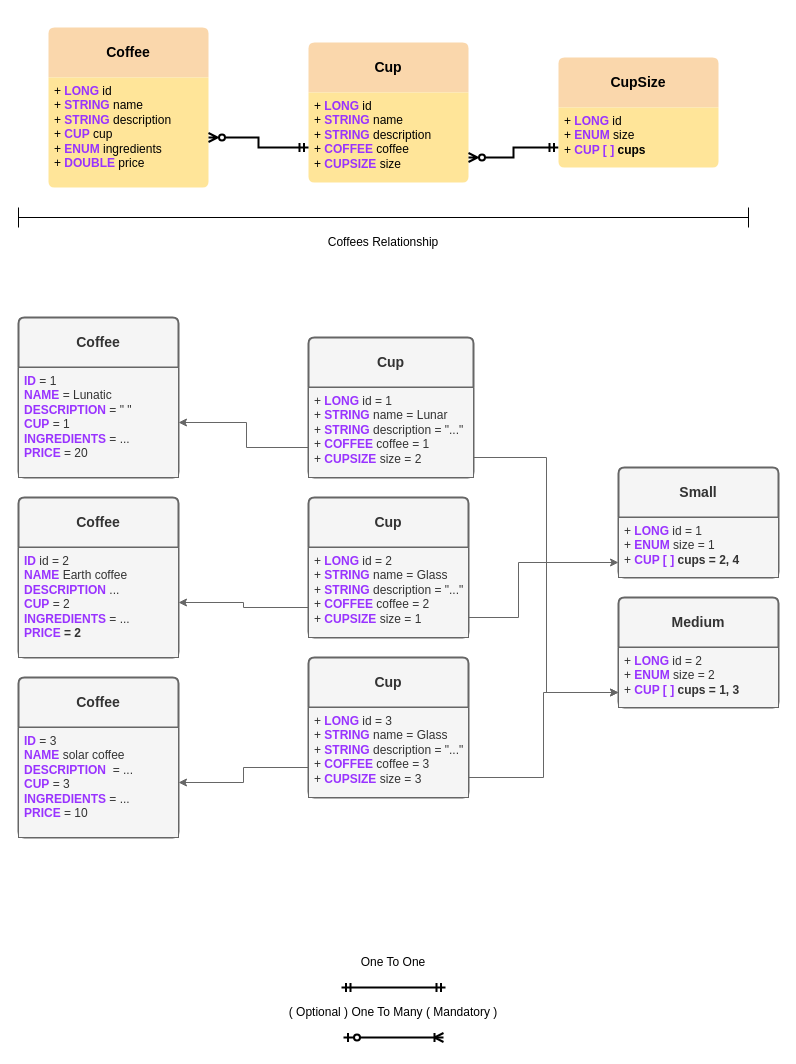
Above: coffee-api-diagram.drawio in SavioHaistem/Coffee-api (draw.io), before the change. Source tidied: cells renumbered, new cells numbered last; positions are measured from the earlier drawing's top-left corner, leaving out a move shared by most shapes. Both pictures are drawn from the tidied source at 100%, with x=0, y=0 at pixel (18, 27).
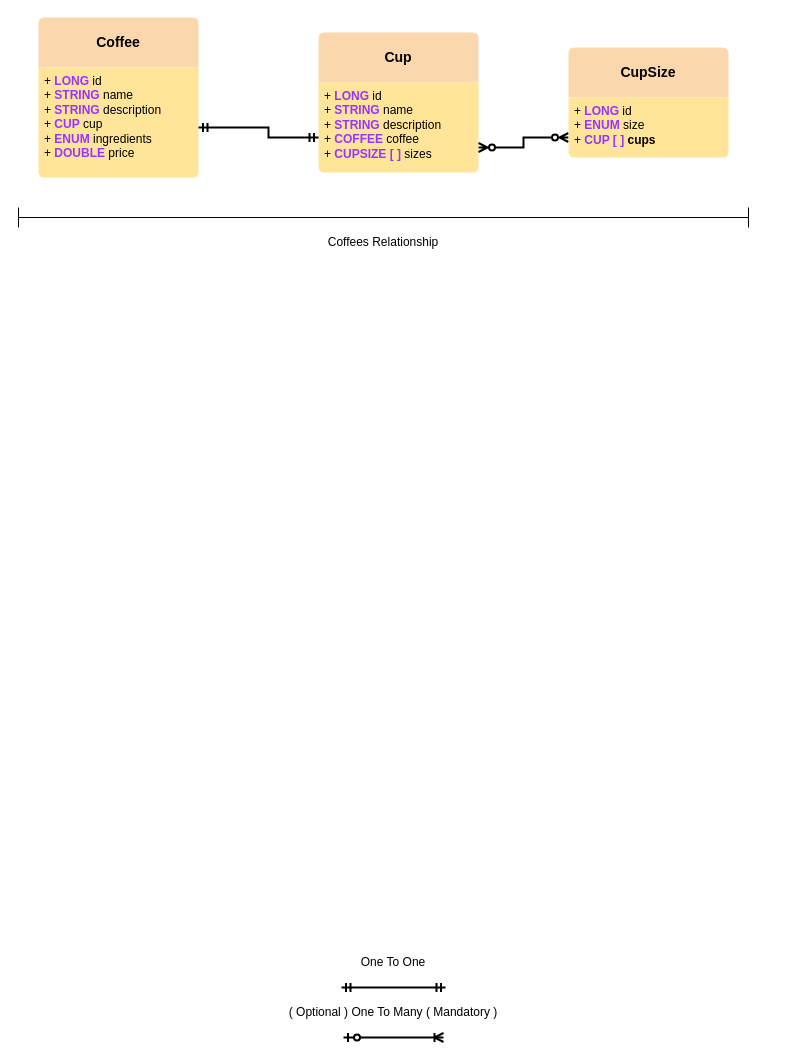
The same diagram, later.

Commit message:
refactor: update coffee relationship

Unchanged cells that the change refers to:
```xml
<mxCell id="3" value="+ &lt;b&gt;&lt;font color=&quot;#9933ff&quot;&gt;LONG&lt;/font&gt;&lt;/b&gt; id&lt;div&gt;+ &lt;b&gt;&lt;font color=&quot;#9933ff&quot;&gt;STRING&lt;/font&gt;&lt;/b&gt; name&lt;/div&gt;&lt;div&gt;+ &lt;b&gt;&lt;font color=&quot;#9933ff&quot;&gt;STRING&lt;/font&gt;&lt;/b&gt; description&lt;br&gt;+ &lt;font color=&quot;#9933ff&quot;&gt;&lt;b&gt;CUP&lt;/b&gt;&lt;/font&gt; cup&lt;br&gt;+ &lt;b&gt;&lt;font color=&quot;#9933ff&quot;&gt;ENUM&lt;/font&gt;&lt;/b&gt; ingredients&lt;div&gt;+ &lt;b&gt;&lt;font color=&quot;#9933ff&quot;&gt;DOUBLE&lt;/font&gt;&lt;/b&gt; price&lt;/div&gt;&lt;/div&gt;" style="align=left;strokeColor=none;fillColor=none;spacingLeft=4;fontSize=12;verticalAlign=top;html=1;" parent="2" vertex="1">
  <mxGeometry y="50" width="160" height="110" as="geometry" />
</mxCell>
```

Diff of the diagram source:
```diff
@@
     <mxCell id="2" value="&lt;b&gt;Coffee&lt;/b&gt;" style="swimlane;horizontal=1;startSize=50;rounded=1;fontSize=14;fontStyle=0;strokeWidth=2;shadow=0;dashed=0;align=center;arcSize=4;whiteSpace=wrap;html=1;fillColor=#fad7ac;strokeColor=none;gradientColor=none;swimlaneFillColor=#FFE599;" parent="1" vertex="1">
-      <mxGeometry x="30" width="160" height="160" as="geometry" />
+      <mxGeometry x="20" y="-10" width="160" height="160" as="geometry" />
     </mxCell>
@@
     <mxCell id="4" value="&lt;b&gt;Cup&lt;/b&gt;" style="swimlane;horizontal=1;startSize=50;rounded=1;fontSize=14;fontStyle=0;strokeWidth=2;shadow=0;dashed=0;align=center;arcSize=4;whiteSpace=wrap;html=1;fillColor=#fad7ac;strokeColor=none;gradientColor=none;swimlaneFillColor=#FFE599;" parent="1" vertex="1">
-      <mxGeometry x="290" y="15" width="160" height="140" as="geometry" />
+      <mxGeometry x="300" y="5" width="160" height="140" as="geometry" />
     </mxCell>
-    <mxCell id="5" value="+ &lt;b&gt;&lt;font color=&quot;#9933ff&quot;&gt;LONG&lt;/font&gt;&lt;/b&gt; id&lt;div&gt;+ &lt;b&gt;&lt;font color=&quot;#9933ff&quot;&gt;STRING&lt;/font&gt;&lt;/b&gt; name&lt;/div&gt;&lt;div&gt;+ &lt;b&gt;&lt;font color=&quot;#9933ff&quot;&gt;STRING&lt;/font&gt;&lt;/b&gt; description&lt;br&gt;+ &lt;font color=&quot;#9933ff&quot;&gt;&lt;b&gt;COFFEE&lt;/b&gt;&lt;/font&gt;&amp;nbsp;coffee&lt;br&gt;+ &lt;font color=&quot;#9933ff&quot;&gt;&lt;b&gt;CUPSIZE&lt;/b&gt;&lt;/font&gt;&amp;nbsp;size&lt;/div&gt;" style="align=left;strokeColor=none;fillColor=none;spacingLeft=4;fontSize=12;verticalAlign=top;html=1;" parent="4" vertex="1">
+    <mxCell id="5" value="+ &lt;b&gt;&lt;font color=&quot;#9933ff&quot;&gt;LONG&lt;/font&gt;&lt;/b&gt; id&lt;div&gt;+ &lt;b&gt;&lt;font color=&quot;#9933ff&quot;&gt;STRING&lt;/font&gt;&lt;/b&gt; name&lt;/div&gt;&lt;div&gt;+ &lt;b&gt;&lt;font color=&quot;#9933ff&quot;&gt;STRING&lt;/font&gt;&lt;/b&gt; description&lt;br&gt;+ &lt;font color=&quot;#9933ff&quot;&gt;&lt;b&gt;COFFEE&lt;/b&gt;&lt;/font&gt;&amp;nbsp;coffee&lt;br&gt;+ &lt;font color=&quot;#9933ff&quot;&gt;&lt;b&gt;CUPSIZE [ ]&lt;/b&gt;&lt;/font&gt;&amp;nbsp;sizes&lt;/div&gt;" style="align=left;strokeColor=none;fillColor=none;spacingLeft=4;fontSize=12;verticalAlign=top;html=1;" parent="4" vertex="1">
       <mxGeometry y="50" width="160" height="90" as="geometry" />
     </mxCell>
-    <mxCell id="6" style="edgeStyle=orthogonalEdgeStyle;rounded=0;jettySize=auto;html=1;strokeWidth=2;endArrow=ERzeroToMany;endFill=0;startArrow=ERmandOne;startFill=0;" parent="1" edge="1" source="7" target="5">
+    <mxCell id="6" style="edgeStyle=orthogonalEdgeStyle;rounded=0;jettySize=auto;html=1;strokeWidth=2;endArrow=ERzeroToMany;endFill=0;startArrow=ERzeroToMany;startFill=0;" parent="1" edge="1" source="7" target="5">
       <mxGeometry relative="1" as="geometry">
         <Array as="points">
-          <mxPoint x="495" y="120" />
-          <mxPoint x="495" y="130" />
+          <mxPoint x="505" y="110" />
+          <mxPoint x="505" y="120" />
         </Array>
       </mxGeometry>
     </mxCell>
     <mxCell id="7" value="&lt;b&gt;CupSize&lt;/b&gt;" style="swimlane;horizontal=1;startSize=50;rounded=1;fontSize=14;fontStyle=0;strokeWidth=2;shadow=0;dashed=0;align=center;arcSize=4;whiteSpace=wrap;html=1;fillColor=#fad7ac;strokeColor=none;gradientColor=none;swimlaneFillColor=#FFE599;" parent="1" vertex="1">
-      <mxGeometry x="540" y="30" width="160" height="110" as="geometry" />
+      <mxGeometry x="550" y="20" width="160" height="110" as="geometry" />
     </mxCell>
@@
-    <mxCell id="15" value="&lt;b&gt;Medium&lt;/b&gt;" style="swimlane;horizontal=1;startSize=50;rounded=1;fontSize=14;fontStyle=0;strokeWidth=2;shadow=0;dashed=0;align=center;arcSize=4;whiteSpace=wrap;html=1;fillColor=#f5f5f5;strokeColor=#666666;swimlaneFillColor=#FFE599;fontColor=#333333;" parent="1" vertex="1">
-      <mxGeometry x="600" y="570" width="160" height="110" as="geometry" />
-    </mxCell>
-    <mxCell id="16" value="+ &lt;b&gt;&lt;font color=&quot;#9933ff&quot;&gt;LONG&lt;/font&gt;&lt;/b&gt;&amp;nbsp;id = 2&lt;div&gt;+ &lt;b&gt;&lt;font color=&quot;#9933ff&quot;&gt;ENUM&lt;/font&gt;&lt;/b&gt;&amp;nbsp;size = 2&lt;/div&gt;&lt;div&gt;+ &lt;b&gt;&lt;font color=&quot;#9933ff&quot;&gt;CUP [ ]&lt;/font&gt; cups = 1, 3&lt;/b&gt;&lt;/div&gt;" style="align=left;strokeColor=#666666;fillColor=#f5f5f5;spacingLeft=4;fontSize=12;verticalAlign=top;html=1;fontColor=#333333;" parent="15" vertex="1">
-      <mxGeometry y="50" width="160" height="60" as="geometry" />
-    </mxCell>
-    <mxCell id="17" style="edgeStyle=orthogonalEdgeStyle;rounded=0;jettySize=auto;html=1;strokeWidth=2;startArrow=ERmandOne;startFill=0;endArrow=ERzeroToMany;endFill=0;" parent="1" edge="1" source="5" target="3">
+    <mxCell id="17" style="edgeStyle=orthogonalEdgeStyle;rounded=0;jettySize=auto;html=1;strokeWidth=2;startArrow=ERmandOne;startFill=0;endArrow=ERmandOne;endFill=0;" parent="1" edge="1" source="5" target="3">
       <mxGeometry relative="1" as="geometry">
         <Array as="points">
-          <mxPoint x="240" y="120" />
-          <mxPoint x="240" y="110" />
+          <mxPoint x="250" y="110" />
+          <mxPoint x="250" y="100" />
         </Array>
       </mxGeometry>
     </mxCell>
-    <mxCell id="18" style="edgeStyle=orthogonalEdgeStyle;rounded=0;jettySize=auto;html=1;entryX=0;entryY=0.75;entryDx=0;entryDy=0;fillColor=#f5f5f5;strokeColor=#666666;" parent="1" edge="1" source="20" target="16">
-      <mxGeometry relative="1" as="geometry">
-        <Array as="points">
-          <mxPoint x="528" y="430" />
-          <mxPoint x="528" y="665" />
-        </Array>
-      </mxGeometry>
-    </mxCell>
-    <mxCell id="19" style="edgeStyle=orthogonalEdgeStyle;rounded=0;jettySize=auto;html=1;fillColor=#f5f5f5;strokeColor=#666666;" parent="1" edge="1" source="20" target="32">
-      <mxGeometry relative="1" as="geometry">
-        <Array as="points">
-          <mxPoint x="228" y="420" />
-          <mxPoint x="228" y="395" />
-        </Array>
-      </mxGeometry>
-    </mxCell>
-    <mxCell id="20" value="&lt;b&gt;Cup&lt;/b&gt;" style="swimlane;horizontal=1;startSize=50;rounded=1;fontSize=14;fontStyle=0;strokeWidth=2;shadow=0;dashed=0;align=center;arcSize=4;whiteSpace=wrap;html=1;fillColor=#f5f5f5;strokeColor=#666666;swimlaneFillColor=#FFE599;fontColor=#333333;" parent="1" vertex="1">
-      <mxGeometry x="290" y="310" width="165" height="140" as="geometry" />
-    </mxCell>
-    <mxCell id="21" value="+ &lt;b&gt;&lt;font color=&quot;#9933ff&quot;&gt;LONG&lt;/font&gt;&lt;/b&gt; id = 1&lt;div&gt;+ &lt;b&gt;&lt;font color=&quot;#9933ff&quot;&gt;STRING&lt;/font&gt;&lt;/b&gt; name = Lunar&lt;/div&gt;&lt;div&gt;+ &lt;b&gt;&lt;font color=&quot;#9933ff&quot;&gt;STRING&lt;/font&gt;&lt;/b&gt; description = &quot;...&quot;&lt;br&gt;+ &lt;font color=&quot;#9933ff&quot;&gt;&lt;b&gt;COFFEE&lt;/b&gt;&lt;/font&gt;&amp;nbsp;coffee = 1&lt;br&gt;+ &lt;font color=&quot;#9933ff&quot;&gt;&lt;b&gt;CUPSIZE&lt;/b&gt;&lt;/font&gt;&amp;nbsp;size = 2&lt;/div&gt;" style="align=left;strokeColor=#666666;fillColor=#f5f5f5;spacingLeft=4;fontSize=12;verticalAlign=top;html=1;fontColor=#333333;" parent="20" vertex="1">
-      <mxGeometry y="50" width="165" height="90" as="geometry" />
-    </mxCell>
-    <mxCell id="22" style="edgeStyle=orthogonalEdgeStyle;rounded=0;jettySize=auto;html=1;entryX=0;entryY=0.75;entryDx=0;entryDy=0;fillColor=#f5f5f5;strokeColor=#666666;" parent="1" edge="1" source="23" target="26">
-      <mxGeometry relative="1" as="geometry">
-        <Array as="points">
-          <mxPoint x="500" y="590" />
-          <mxPoint x="500" y="535" />
-        </Array>
-      </mxGeometry>
-    </mxCell>
-    <mxCell id="23" value="&lt;b&gt;Cup&lt;/b&gt;" style="swimlane;horizontal=1;startSize=50;rounded=1;fontSize=14;fontStyle=0;strokeWidth=2;shadow=0;dashed=0;align=center;arcSize=4;whiteSpace=wrap;html=1;fillColor=#f5f5f5;strokeColor=#666666;swimlaneFillColor=#FFE599;fontColor=#333333;" parent="1" vertex="1">
-      <mxGeometry x="290" y="470" width="160" height="140" as="geometry" />
-    </mxCell>
-    <mxCell id="24" value="+ &lt;b&gt;&lt;font color=&quot;#9933ff&quot;&gt;LONG&lt;/font&gt;&lt;/b&gt; id = 2&lt;div&gt;+ &lt;b&gt;&lt;font color=&quot;#9933ff&quot;&gt;STRING&lt;/font&gt;&lt;/b&gt; name = Glass&lt;/div&gt;&lt;div&gt;+ &lt;b&gt;&lt;font color=&quot;#9933ff&quot;&gt;STRING&lt;/font&gt;&lt;/b&gt; description = &quot;...&quot;&lt;br&gt;+ &lt;font color=&quot;#9933ff&quot;&gt;&lt;b&gt;COFFEE&lt;/b&gt;&lt;/font&gt;&amp;nbsp;coffee = 2&lt;br&gt;+ &lt;font color=&quot;#9933ff&quot;&gt;&lt;b&gt;CUPSIZE&lt;/b&gt;&lt;/font&gt;&amp;nbsp;size = 1&lt;/div&gt;" style="align=left;strokeColor=#666666;fillColor=#f5f5f5;spacingLeft=4;fontSize=12;verticalAlign=top;html=1;fontColor=#333333;" parent="23" vertex="1">
-      <mxGeometry y="50" width="160" height="90" as="geometry" />
-    </mxCell>
-    <mxCell id="25" value="&lt;b&gt;Small&lt;/b&gt;" style="swimlane;horizontal=1;startSize=50;rounded=1;fontSize=14;fontStyle=0;strokeWidth=2;shadow=0;dashed=0;align=center;arcSize=4;whiteSpace=wrap;html=1;fillColor=#f5f5f5;strokeColor=#666666;swimlaneFillColor=#FFE599;fontColor=#333333;" parent="1" vertex="1">
-      <mxGeometry x="600" y="440" width="160" height="110" as="geometry" />
-    </mxCell>
-    <mxCell id="26" value="+ &lt;b&gt;&lt;font color=&quot;#9933ff&quot;&gt;LONG&lt;/font&gt;&lt;/b&gt;&amp;nbsp;id = 1&lt;div&gt;+ &lt;b&gt;&lt;font color=&quot;#9933ff&quot;&gt;ENUM&lt;/font&gt;&lt;/b&gt;&amp;nbsp;size = 1&lt;/div&gt;&lt;div&gt;+ &lt;b&gt;&lt;font color=&quot;#9933ff&quot;&gt;CUP [ ]&lt;/font&gt; cups = 2, 4&lt;/b&gt;&lt;/div&gt;" style="align=left;strokeColor=#666666;fillColor=#f5f5f5;spacingLeft=4;fontSize=12;verticalAlign=top;html=1;fontColor=#333333;" parent="25" vertex="1">
-      <mxGeometry y="50" width="160" height="60" as="geometry" />
-    </mxCell>
-    <mxCell id="27" style="edgeStyle=orthogonalEdgeStyle;rounded=0;jettySize=auto;html=1;entryX=0;entryY=0.75;entryDx=0;entryDy=0;fillColor=#f5f5f5;strokeColor=#666666;" parent="1" edge="1" source="29" target="16">
-      <mxGeometry relative="1" as="geometry">
-        <Array as="points">
-          <mxPoint x="525" y="750" />
-          <mxPoint x="525" y="665" />
-        </Array>
-      </mxGeometry>
-    </mxCell>
-    <mxCell id="28" style="edgeStyle=orthogonalEdgeStyle;rounded=0;jettySize=auto;html=1;fillColor=#f5f5f5;strokeColor=#666666;" parent="1" edge="1" source="29" target="36">
-      <mxGeometry relative="1" as="geometry">
-        <Array as="points">
-          <mxPoint x="225" y="740" />
-          <mxPoint x="225" y="755" />
-        </Array>
-      </mxGeometry>
-    </mxCell>
-    <mxCell id="29" value="&lt;b&gt;Cup&lt;/b&gt;" style="swimlane;horizontal=1;startSize=50;rounded=1;fontSize=14;fontStyle=0;strokeWidth=2;shadow=0;dashed=0;align=center;arcSize=4;whiteSpace=wrap;html=1;fillColor=#f5f5f5;strokeColor=#666666;swimlaneFillColor=#FFE599;fontColor=#333333;" parent="1" vertex="1">
-      <mxGeometry x="290" y="630" width="160" height="140" as="geometry" />
-    </mxCell>
-    <mxCell id="30" value="+ &lt;b&gt;&lt;font color=&quot;#9933ff&quot;&gt;LONG&lt;/font&gt;&lt;/b&gt; id = 3&lt;div&gt;+ &lt;b&gt;&lt;font color=&quot;#9933ff&quot;&gt;STRING&lt;/font&gt;&lt;/b&gt; name = Glass&lt;/div&gt;&lt;div&gt;+ &lt;b&gt;&lt;font color=&quot;#9933ff&quot;&gt;STRING&lt;/font&gt;&lt;/b&gt; description = &quot;...&quot;&lt;br&gt;+ &lt;font color=&quot;#9933ff&quot;&gt;&lt;b&gt;COFFEE&lt;/b&gt;&lt;/font&gt;&amp;nbsp;coffee = 3&lt;br&gt;+ &lt;font color=&quot;#9933ff&quot;&gt;&lt;b&gt;CUPSIZE&lt;/b&gt;&lt;/font&gt;&amp;nbsp;size = 3&lt;/div&gt;" style="align=left;strokeColor=#666666;fillColor=#f5f5f5;spacingLeft=4;fontSize=12;verticalAlign=top;html=1;fontColor=#333333;" parent="29" vertex="1">
-      <mxGeometry y="50" width="160" height="90" as="geometry" />
-    </mxCell>
-    <mxCell id="31" value="&lt;b&gt;Coffee&lt;/b&gt;" style="swimlane;horizontal=1;startSize=50;rounded=1;fontSize=14;fontStyle=0;strokeWidth=2;shadow=0;dashed=0;align=center;arcSize=4;whiteSpace=wrap;html=1;fillColor=#f5f5f5;strokeColor=#666666;swimlaneFillColor=#FFE599;fontColor=#333333;" parent="1" vertex="1">
-      <mxGeometry y="290" width="160" height="160" as="geometry" />
-    </mxCell>
-    <mxCell id="32" value="&lt;font color=&quot;#9933ff&quot;&gt;&lt;b&gt;ID&lt;/b&gt;&lt;/font&gt;&amp;nbsp;= 1&lt;div&gt;&lt;b&gt;&lt;font color=&quot;#9933ff&quot;&gt;NAME&lt;/font&gt;&lt;/b&gt;&amp;nbsp;= Lunatic&lt;/div&gt;&lt;div&gt;&lt;b&gt;&lt;font color=&quot;#9933ff&quot;&gt;DESCRIPTION&lt;/font&gt;&lt;/b&gt;&amp;nbsp;= &quot; &quot;&lt;br&gt;&lt;font color=&quot;#9933ff&quot;&gt;&lt;b&gt;CUP&lt;/b&gt;&lt;/font&gt;&amp;nbsp;= 1&lt;br&gt;&lt;b&gt;&lt;font color=&quot;#9933ff&quot;&gt;INGREDIENTS&lt;/font&gt;&lt;/b&gt;&amp;nbsp;= ...&lt;div&gt;&lt;b&gt;&lt;font color=&quot;#9933ff&quot;&gt;PRICE&lt;/font&gt;&lt;/b&gt;&amp;nbsp;= 20&lt;/div&gt;&lt;/div&gt;" style="align=left;strokeColor=#666666;fillColor=#f5f5f5;spacingLeft=4;fontSize=12;verticalAlign=top;html=1;fontColor=#333333;" parent="31" vertex="1">
-      <mxGeometry y="50" width="160" height="110" as="geometry" />
-    </mxCell>
-    <mxCell id="33" value="&lt;b&gt;Coffee&lt;/b&gt;" style="swimlane;horizontal=1;startSize=50;rounded=1;fontSize=14;fontStyle=0;strokeWidth=2;shadow=0;dashed=0;align=center;arcSize=4;whiteSpace=wrap;html=1;fillColor=#f5f5f5;strokeColor=#666666;swimlaneFillColor=#FFE599;fontColor=#333333;" parent="1" vertex="1">
-      <mxGeometry y="470" width="160" height="160" as="geometry" />
-    </mxCell>
-    <mxCell id="34" value="&lt;b&gt;&lt;font color=&quot;#9933ff&quot;&gt;ID&lt;/font&gt;&lt;/b&gt; id = 2&lt;div&gt;&lt;b&gt;&lt;font color=&quot;#9933ff&quot;&gt;NAME&lt;/font&gt;&lt;/b&gt;&amp;nbsp;Earth coffee&lt;/div&gt;&lt;div&gt;&lt;b&gt;&lt;font color=&quot;#9933ff&quot;&gt;DESCRIPTION&lt;/font&gt;&lt;/b&gt; ...&lt;br&gt;&lt;font color=&quot;#9933ff&quot;&gt;&lt;b&gt;CUP&lt;/b&gt;&lt;/font&gt;&amp;nbsp;= 2&lt;br&gt;&lt;b&gt;&lt;font color=&quot;#9933ff&quot;&gt;INGREDIENTS&lt;/font&gt;&lt;/b&gt;&amp;nbsp;= ...&lt;div&gt;&lt;b&gt;&lt;font color=&quot;#9933ff&quot;&gt;PRICE&lt;/font&gt;&amp;nbsp;= 2&lt;/b&gt;&lt;/div&gt;&lt;/div&gt;" style="align=left;strokeColor=#666666;fillColor=#f5f5f5;spacingLeft=4;fontSize=12;verticalAlign=top;html=1;fontColor=#333333;" parent="33" vertex="1">
-      <mxGeometry y="50" width="160" height="110" as="geometry" />
-    </mxCell>
-    <mxCell id="35" value="&lt;b&gt;Coffee&lt;/b&gt;" style="swimlane;horizontal=1;startSize=50;rounded=1;fontSize=14;fontStyle=0;strokeWidth=2;shadow=0;dashed=0;align=center;arcSize=4;whiteSpace=wrap;html=1;fillColor=#f5f5f5;strokeColor=#666666;swimlaneFillColor=#FFE599;fontColor=#333333;" parent="1" vertex="1">
-      <mxGeometry y="650" width="160" height="160" as="geometry" />
-    </mxCell>
-    <mxCell id="36" value="&lt;b&gt;&lt;font color=&quot;#9933ff&quot;&gt;ID&lt;/font&gt;&lt;/b&gt;&amp;nbsp;= 3&lt;div&gt;&lt;b&gt;&lt;font color=&quot;#9933ff&quot;&gt;NAME&lt;/font&gt;&lt;/b&gt;&amp;nbsp;solar coffee&lt;/div&gt;&lt;div&gt;&lt;b&gt;&lt;font color=&quot;#9933ff&quot;&gt;DESCRIPTION&lt;/font&gt;&lt;/b&gt;&amp;nbsp; = ...&lt;br&gt;&lt;font color=&quot;#9933ff&quot;&gt;&lt;b&gt;CUP&lt;/b&gt;&lt;/font&gt;&amp;nbsp;= 3&lt;br&gt;&lt;b&gt;&lt;font color=&quot;#9933ff&quot;&gt;INGREDIENTS&lt;/font&gt;&lt;/b&gt;&amp;nbsp;= ...&lt;div&gt;&lt;b&gt;&lt;font color=&quot;#9933ff&quot;&gt;PRICE&lt;/font&gt;&lt;/b&gt;&amp;nbsp;= 10&lt;/div&gt;&lt;/div&gt;" style="align=left;strokeColor=#666666;fillColor=#f5f5f5;spacingLeft=4;fontSize=12;verticalAlign=top;html=1;fontColor=#333333;" parent="35" vertex="1">
-      <mxGeometry y="50" width="160" height="110" as="geometry" />
-    </mxCell>
-    <mxCell id="37" style="edgeStyle=orthogonalEdgeStyle;rounded=0;jettySize=auto;html=1;fillColor=#f5f5f5;strokeColor=#666666;" parent="1" edge="1" source="24" target="34">
-      <mxGeometry relative="1" as="geometry">
-        <Array as="points">
-          <mxPoint x="225" y="580" />
-          <mxPoint x="225" y="575" />
-        </Array>
-      </mxGeometry>
-    </mxCell>
```
